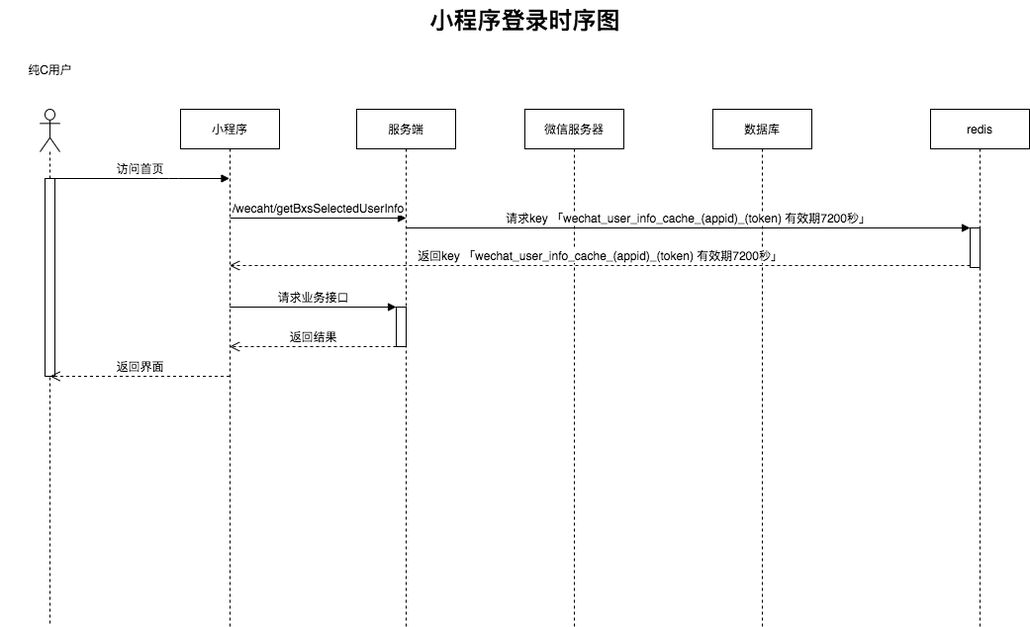
Above: 时序图/小程序登录时序.png in qiuguorong/uml-diagram (draw.io), before the change. Source tidied: cells renumbered, new cells last; positions are measured from the earlier drawing's top-left corner, leaving out a move shared by most shapes.
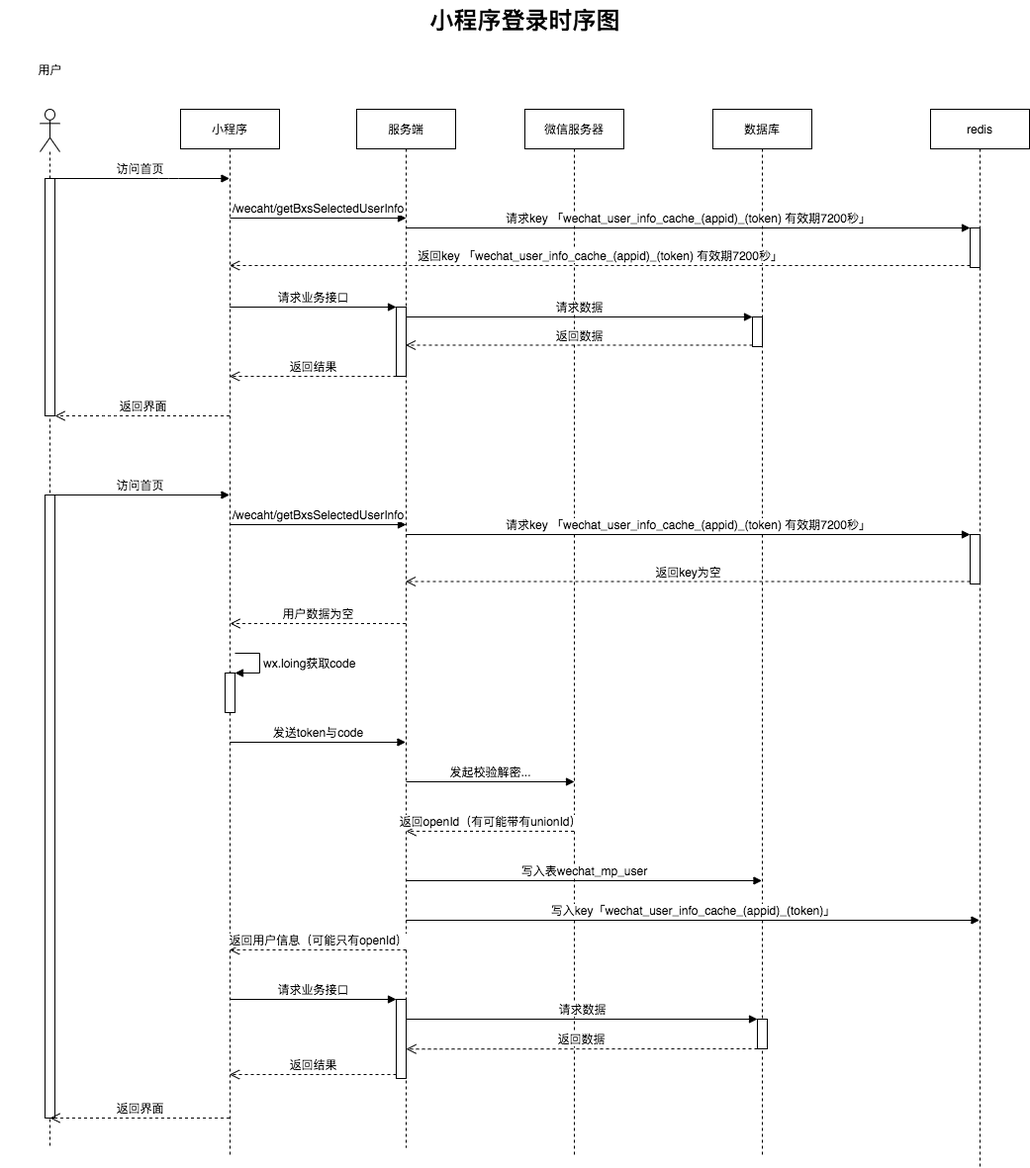
After the change.

Commit message:
Update 小程序登录时序.png

What changed in the source:
```diff
@@ -3,36 +3,51 @@
     <mxCell id="0" />
     <mxCell id="1" parent="0" />
     <mxCell id="2" value="小程序" style="shape=umlLifeline;perimeter=lifelinePerimeter;whiteSpace=wrap;html=1;outlineConnect=0;" parent="1" vertex="1">
-      <mxGeometry x="182" y="110" width="100" height="523" as="geometry" />
+      <mxGeometry x="182" y="110" width="100" height="1060" as="geometry" />
     </mxCell>
+    <mxCell id="20" style="html=1;points=[];perimeter=orthogonalPerimeter;fontSize=12;" parent="2" vertex="1">
+      <mxGeometry x="45" y="570" width="10" height="40" as="geometry" />
+    </mxCell>
     <mxCell id="3" value="服务端" style="shape=umlLifeline;perimeter=lifelinePerimeter;whiteSpace=wrap;html=1;outlineConnect=0;" parent="1" vertex="1">
-      <mxGeometry x="360" y="110" width="100" height="523" as="geometry" />
+      <mxGeometry x="360" y="110" width="100" height="1050" as="geometry" />
     </mxCell>
     <mxCell id="4" style="html=1;points=[];perimeter=orthogonalPerimeter;fontSize=12;" parent="3" vertex="1">
-      <mxGeometry x="40" y="200" width="10" height="40" as="geometry" />
+      <mxGeometry x="40" y="200" width="10" height="70" as="geometry" />
     </mxCell>
     <mxCell id="5" value="数据库" style="shape=umlLifeline;perimeter=lifelinePerimeter;whiteSpace=wrap;html=1;outlineConnect=0;" parent="1" vertex="1">
-      <mxGeometry x="720" y="110" width="100" height="523" as="geometry" />
+      <mxGeometry x="720" y="110" width="100" height="1060" as="geometry" />
     </mxCell>
+    <mxCell id="21" style="html=1;points=[];perimeter=orthogonalPerimeter;fontSize=12;" parent="5" vertex="1">
+      <mxGeometry x="40" y="210" width="10" height="30" as="geometry" />
+    </mxCell>
+    <mxCell id="22" style="html=1;points=[];perimeter=orthogonalPerimeter;fontSize=12;" parent="5" vertex="1">
+      <mxGeometry x="45" y="920" width="10" height="30" as="geometry" />
+    </mxCell>
     <mxCell id="6" value="redis" style="shape=umlLifeline;perimeter=lifelinePerimeter;whiteSpace=wrap;html=1;outlineConnect=0;" parent="1" vertex="1">
-      <mxGeometry x="940" y="110" width="100" height="523" as="geometry" />
+      <mxGeometry x="940" y="110" width="100" height="1070" as="geometry" />
     </mxCell>
     <mxCell id="7" style="html=1;points=[];perimeter=orthogonalPerimeter;fontSize=12;" parent="6" vertex="1">
       <mxGeometry x="40" y="120" width="10" height="40" as="geometry" />
     </mxCell>
+    <mxCell id="23" style="html=1;points=[];perimeter=orthogonalPerimeter;fontSize=12;" parent="6" vertex="1">
+      <mxGeometry x="40" y="430" width="10" height="50" as="geometry" />
+    </mxCell>
     <mxCell id="8" value="微信服务器" style="shape=umlLifeline;perimeter=lifelinePerimeter;whiteSpace=wrap;html=1;outlineConnect=0;" parent="1" vertex="1">
-      <mxGeometry x="530" y="110" width="100" height="523" as="geometry" />
+      <mxGeometry x="530" y="110" width="100" height="1060" as="geometry" />
     </mxCell>
     <mxCell id="9" style="shape=umlLifeline;participant=umlActor;perimeter=lifelinePerimeter;whiteSpace=wrap;html=1;verticalAlign=top;spacingTop=36;outlineConnect=0;textDirection=ltr;size=43;" parent="1" vertex="1">
-      <mxGeometry x="40" y="110" width="20" height="523" as="geometry" />
+      <mxGeometry x="40" y="110" width="20" height="1050" as="geometry" />
     </mxCell>
     <mxCell id="10" style="html=1;points=[];perimeter=orthogonalPerimeter;fontSize=12;" parent="9" vertex="1">
-      <mxGeometry x="5" y="70" width="10" height="200" as="geometry" />
+      <mxGeometry x="5" y="70" width="10" height="240" as="geometry" />
     </mxCell>
+    <mxCell id="24" style="html=1;perimeter=orthogonalPerimeter;fontSize=12;" parent="9" vertex="1">
+      <mxGeometry x="5" y="390" width="10" height="630" as="geometry" />
+    </mxCell>
     <mxCell id="11" value="小程序登录时序图" style="text;strokeColor=none;fillColor=none;html=1;fontSize=24;fontStyle=1;verticalAlign=middle;align=center;" parent="1" vertex="1">
       <mxGeometry x="480" width="100" height="40" as="geometry" />
     </mxCell>
-    <mxCell id="12" value="纯C用户" style="text;strokeColor=none;fillColor=none;html=1;fontSize=12;fontStyle=0;verticalAlign=middle;align=center;" parent="1" vertex="1">
+    <mxCell id="12" value="用户" style="text;strokeColor=none;fillColor=none;html=1;fontSize=12;fontStyle=0;verticalAlign=middle;align=center;" parent="1" vertex="1">
       <mxGeometry y="50" width="100" height="40" as="geometry" />
     </mxCell>
     <mxCell id="13" value="访问首页" style="html=1;verticalAlign=bottom;endArrow=block;fontSize=12;" parent="1" edge="1" source="9" target="2">
@@ -57,17 +72,108 @@
     <mxCell id="17" value="请求业务接口" style="html=1;verticalAlign=bottom;endArrow=block;entryX=0;entryY=0;fontSize=12;align=center;" parent="1" edge="1" source="2" target="4">
       <mxGeometry relative="1" as="geometry" />
     </mxCell>
-    <mxCell id="18" value="返回结果" style="html=1;verticalAlign=bottom;endArrow=open;dashed=1;endSize=8;fontSize=12;align=center;" parent="1" edge="1" source="4" target="2">
+    <mxCell id="18" value="返回结果" style="html=1;verticalAlign=bottom;endArrow=open;dashed=1;endSize=8;fontSize=12;align=center;" parent="1" edge="1">
       <mxGeometry relative="1" as="geometry">
+        <mxPoint x="400" y="380" as="sourcePoint" />
+        <mxPoint x="231.5" y="380" as="targetPoint" />
         <Array as="points">
-          <mxPoint x="350" y="350" />
+          <mxPoint x="350" y="380" />
         </Array>
       </mxGeometry>
     </mxCell>
-    <mxCell id="19" value="返回界面" style="html=1;verticalAlign=bottom;endArrow=open;dashed=1;endSize=8;fontSize=12;align=center;" parent="1" edge="1" source="2">
+    <mxCell id="19" value="返回界面" style="html=1;verticalAlign=bottom;endArrow=open;dashed=1;endSize=8;fontSize=12;align=center;" parent="1" edge="1" source="2" target="10">
       <mxGeometry relative="1" as="geometry">
-        <mxPoint x="50" y="380" as="targetPoint" />
+        <Array as="points">
+          <mxPoint x="110" y="420" />
+        </Array>
       </mxGeometry>
     </mxCell>
+    <mxCell id="25" value="请求数据" style="html=1;verticalAlign=bottom;endArrow=block;entryX=0;entryY=0;fontSize=12;align=center;" parent="1" edge="1" source="3" target="21">
+      <mxGeometry relative="1" as="geometry" />
+    </mxCell>
+    <mxCell id="26" value="返回数据" style="html=1;verticalAlign=bottom;endArrow=open;dashed=1;endSize=8;exitX=0;exitY=0.95;fontSize=12;align=center;" parent="1" edge="1" source="21" target="3">
+      <mxGeometry relative="1" as="geometry" />
+    </mxCell>
+    <mxCell id="27" value="访问首页" style="html=1;verticalAlign=bottom;endArrow=block;fontSize=12;align=center;" parent="1" edge="1" target="2">
+      <mxGeometry relative="1" as="geometry">
+        <mxPoint x="50" y="500" as="sourcePoint" />
+      </mxGeometry>
+    </mxCell>
+    <mxCell id="28" value="/wecaht/getBxsSelectedUserInfo" style="html=1;verticalAlign=bottom;endArrow=block;fontSize=12;align=center;" parent="1" edge="1">
+      <mxGeometry relative="1" as="geometry">
+        <mxPoint x="232" y="530" as="sourcePoint" />
+        <mxPoint x="410" y="530" as="targetPoint" />
+      </mxGeometry>
+    </mxCell>
+    <mxCell id="29" value="请求key 「wechat_user_info_cache_(appid)_(token) 有效期7200秒」" style="html=1;verticalAlign=bottom;endArrow=block;entryX=0;entryY=0;fontSize=12;align=center;" parent="1" edge="1" source="3" target="23">
+      <mxGeometry relative="1" as="geometry" />
+    </mxCell>
+    <mxCell id="30" value="返回key为空" style="html=1;verticalAlign=bottom;endArrow=open;dashed=1;endSize=8;exitX=0;exitY=0.95;fontSize=12;align=center;" parent="1" edge="1" source="23" target="3">
+      <mxGeometry relative="1" as="geometry" />
+    </mxCell>
+    <mxCell id="31" value="用户数据为空" style="html=1;verticalAlign=bottom;endArrow=open;dashed=1;endSize=8;fontSize=12;align=center;" parent="1" edge="1" source="3">
+      <mxGeometry relative="1" as="geometry">
+        <mxPoint x="232" y="630" as="targetPoint" />
+      </mxGeometry>
+    </mxCell>
+    <mxCell id="32" value="wx.loing获取code" style="edgeStyle=orthogonalEdgeStyle;html=1;align=left;spacingLeft=2;endArrow=block;rounded=0;entryX=1;entryY=0;fontSize=12;" parent="1" edge="1" target="20">
+      <mxGeometry relative="1" as="geometry">
+        <mxPoint x="237" y="660" as="sourcePoint" />
+        <Array as="points">
+          <mxPoint x="262" y="660" />
+        </Array>
+      </mxGeometry>
+    </mxCell>
+    <mxCell id="33" value="发送token与code" style="html=1;verticalAlign=bottom;endArrow=block;fontSize=12;align=center;" parent="1" edge="1" target="3">
+      <mxGeometry relative="1" as="geometry">
+        <mxPoint x="232" y="750" as="sourcePoint" />
+      </mxGeometry>
+    </mxCell>
+    <mxCell id="34" value="发起校验解密..." style="html=1;verticalAlign=bottom;endArrow=block;fontSize=12;align=center;" parent="1" edge="1">
+      <mxGeometry relative="1" as="geometry">
+        <mxPoint x="410" y="790" as="sourcePoint" />
+        <mxPoint x="580" y="790" as="targetPoint" />
+      </mxGeometry>
+    </mxCell>
+    <mxCell id="35" value="返回openId（有可能带有unionId）" style="html=1;verticalAlign=bottom;endArrow=open;dashed=1;endSize=8;fontSize=12;align=center;" parent="1" edge="1" source="8">
+      <mxGeometry relative="1" as="geometry">
+        <mxPoint x="410" y="840" as="targetPoint" />
+      </mxGeometry>
+    </mxCell>
+    <mxCell id="36" value="写入表wechat_mp_user" style="html=1;verticalAlign=bottom;endArrow=block;fontSize=12;align=center;" parent="1" edge="1" target="5">
+      <mxGeometry relative="1" as="geometry">
+        <mxPoint x="410" y="890" as="sourcePoint" />
+      </mxGeometry>
+    </mxCell>
+    <mxCell id="37" value="写入key「wechat_user_info_cache_(appid)_(token)」" style="html=1;verticalAlign=bottom;endArrow=block;fontSize=12;align=center;" parent="1" edge="1" target="6">
+      <mxGeometry relative="1" as="geometry">
+        <mxPoint x="410" y="930" as="sourcePoint" />
+      </mxGeometry>
+    </mxCell>
+    <mxCell id="38" value="返回用户信息（可能只有openId）" style="html=1;verticalAlign=bottom;endArrow=open;dashed=1;endSize=8;fontSize=12;align=center;" parent="1" edge="1" target="2">
+      <mxGeometry relative="1" as="geometry">
+        <mxPoint x="410" y="960" as="sourcePoint" />
+      </mxGeometry>
+    </mxCell>
+    <mxCell id="39" style="html=1;points=[];perimeter=orthogonalPerimeter;fontSize=12;" parent="1" vertex="1">
+      <mxGeometry x="400" y="1010" width="10" height="80" as="geometry" />
+    </mxCell>
+    <mxCell id="40" value="请求业务接口" style="html=1;verticalAlign=bottom;endArrow=block;entryX=0;entryY=0;fontSize=12;align=center;" parent="1" edge="1" source="2" target="39">
+      <mxGeometry relative="1" as="geometry" />
+    </mxCell>
+    <mxCell id="41" value="返回结果" style="html=1;verticalAlign=bottom;endArrow=open;dashed=1;endSize=8;exitX=0;exitY=0.95;fontSize=12;align=center;" parent="1" edge="1" source="39" target="2">
+      <mxGeometry relative="1" as="geometry" />
+    </mxCell>
+    <mxCell id="42" value="请求数据" style="html=1;verticalAlign=bottom;endArrow=block;entryX=0;entryY=0;fontSize=12;align=center;" parent="1" edge="1" source="3" target="22">
+      <mxGeometry relative="1" as="geometry" />
+    </mxCell>
+    <mxCell id="43" value="返回数据" style="html=1;verticalAlign=bottom;endArrow=open;dashed=1;endSize=8;fontSize=12;align=center;entryX=0.5;entryY=0.905;entryDx=0;entryDy=0;entryPerimeter=0;" parent="1" edge="1" source="22" target="3">
+      <mxGeometry relative="1" as="geometry" />
+    </mxCell>
+    <mxCell id="44" value="返回界面" style="html=1;verticalAlign=bottom;endArrow=open;dashed=1;endSize=8;fontSize=12;align=center;" parent="1" edge="1" source="2">
+      <mxGeometry relative="1" as="geometry">
+        <mxPoint x="50" y="1130" as="targetPoint" />
+      </mxGeometry>
+    </mxCell>
   </root>
 </mxGraphModel>
```
